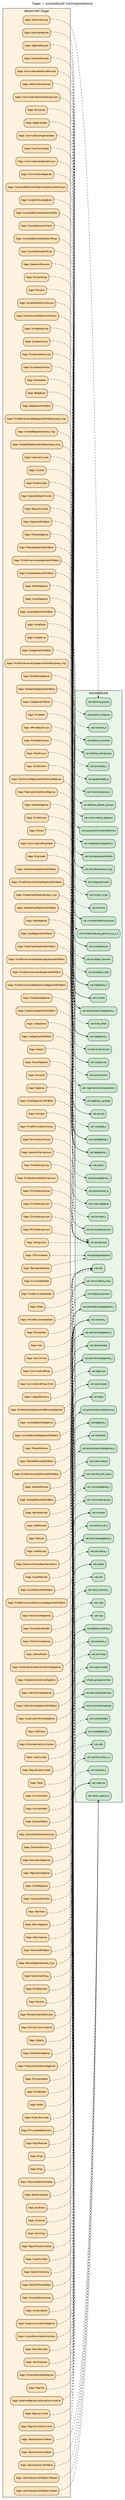
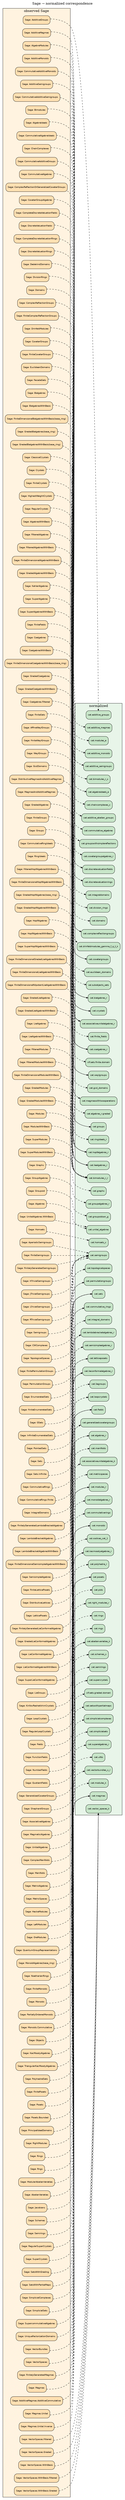
// GENERATED from observed + mapping + normalized ids
digraph SageToNormalized {
  graph [rankdir=LR, labelloc=t, label="Sage → normalized correspondence"];
  node [shape=box, style="rounded,filled", fontname="Helvetica", fontsize=9];
  edge [arrowsize=0.65];

  subgraph cluster_sage {
    label="observed Sage";
    style=filled; fillcolor="#fff3e0";
    "sage.category.additive_groups_additivegroups" [label="Sage: AdditiveGroups", kind="sage_category", fillcolor="#ffe0b2"];
    "sage.category.additive_magmas_additivemagmas" [label="Sage: AdditiveMagmas", kind="sage_category", fillcolor="#ffe0b2"];
    "sage.category.additive_monoids_additivemonoids" [label="Sage: AdditiveMonoids", kind="sage_category", fillcolor="#ffe0b2"];
    "sage.category.additive_semigroups_additivesemigroups" [label="Sage: AdditiveSemigroups", kind="sage_category", fillcolor="#ffe0b2"];
    "sage.category.affine_weyl_groups_affineweylgroups" [label="Sage: AffineWeylGroups", kind="sage_category", fillcolor="#ffe0b2"];
    "sage.category.algebra_ideals_algebraideals" [label="Sage: AlgebraIdeals", kind="sage_category", fillcolor="#ffe0b2"];
    "sage.category.algebra_modules_algebramodules" [label="Sage: AlgebraModules", kind="sage_category", fillcolor="#ffe0b2"];
    "sage.category.algebras_algebras" [label="Sage: Algebras", kind="sage_category", fillcolor="#ffe0b2"];
    "sage.category.algebras_with_basis_algebraswithbasis" [label="Sage: AlgebrasWithBasis", kind="sage_category", fillcolor="#ffe0b2"];
    "sage.category.aperiodic_semigroups_aperiodicsemigroups" [label="Sage: AperiodicSemigroups", kind="sage_category", fillcolor="#ffe0b2"];
    "sage.category.associative_algebras_associativealgebras" [label="Sage: AssociativeAlgebras", kind="sage_category", fillcolor="#ffe0b2"];
    "sage.category.bialgebras_bialgebras" [label="Sage: Bialgebras", kind="sage_category", fillcolor="#ffe0b2"];
    "sage.category.bialgebras_with_basis_bialgebraswithbasis" [label="Sage: BialgebrasWithBasis", kind="sage_category", fillcolor="#ffe0b2"];
    "sage.category.bimodules_bimodules" [label="Sage: Bimodules", kind="sage_category", fillcolor="#ffe0b2"];
    "sage.category.chain_complexes_chaincomplexes" [label="Sage: ChainComplexes", kind="sage_category", fillcolor="#ffe0b2"];
    "sage.category.classical_crystals_classicalcrystals" [label="Sage: ClassicalCrystals", kind="sage_category", fillcolor="#ffe0b2"];
    "sage.category.coalgebras_coalgebras" [label="Sage: Coalgebras", kind="sage_category", fillcolor="#ffe0b2"];
    "sage.category.coalgebras_with_basis_coalgebraswithbasis" [label="Sage: CoalgebrasWithBasis", kind="sage_category", fillcolor="#ffe0b2"];
    "sage.category.commutative_additive_groups_commutativeadditivegroups" [label="Sage: CommutativeAdditiveGroups", kind="sage_category", fillcolor="#ffe0b2"];
    "sage.category.commutative_additive_monoids_commutativeadditivemonoids" [label="Sage: CommutativeAdditiveMonoids", kind="sage_category", fillcolor="#ffe0b2"];
    "sage.category.commutative_additive_semigroups_commutativeadditivesemigroups" [label="Sage: CommutativeAdditiveSemigroups", kind="sage_category", fillcolor="#ffe0b2"];
    "sage.category.commutative_algebra_ideals_commutativealgebraideals" [label="Sage: CommutativeAlgebraIdeals", kind="sage_category", fillcolor="#ffe0b2"];
    "sage.category.commutative_algebras_commutativealgebras" [label="Sage: CommutativeAlgebras", kind="sage_category", fillcolor="#ffe0b2"];
    "sage.category.commutative_ring_ideals_commutativeringideals" [label="Sage: CommutativeRingIdeals", kind="sage_category", fillcolor="#ffe0b2"];
    "sage.category.commutative_rings_commutativerings" [label="Sage: CommutativeRings", kind="sage_category", fillcolor="#ffe0b2"];
    "sage.category.complete_discrete_valuation_completediscretevaluationfields" [label="Sage: CompleteDiscreteValuationFields", kind="sage_category", fillcolor="#ffe0b2"];
    "sage.category.complete_discrete_valuation_completediscretevaluationrings" [label="Sage: CompleteDiscreteValuationRings", kind="sage_category", fillcolor="#ffe0b2"];
    "sage.category.complex_reflection_groups_complexreflectiongroups" [label="Sage: ComplexReflectionGroups", kind="sage_category", fillcolor="#ffe0b2"];
    "sage.category.complex_reflection_or_generalized_coxeter_groups_complexreflectionorgeneralizedcoxetergroups" [label="Sage: ComplexReflectionOrGeneralizedCoxeterGroups", kind="sage_category", fillcolor="#ffe0b2"];
    "sage.category.coxeter_group_algebras_coxetergroupalgebras" [label="Sage: CoxeterGroupAlgebras", kind="sage_category", fillcolor="#ffe0b2"];
    "sage.category.coxeter_groups_coxetergroups" [label="Sage: CoxeterGroups", kind="sage_category", fillcolor="#ffe0b2"];
    "sage.category.crystals_crystals" [label="Sage: Crystals", kind="sage_category", fillcolor="#ffe0b2"];
    "sage.category.cw_complexes_cwcomplexes" [label="Sage: CWComplexes", kind="sage_category", fillcolor="#ffe0b2"];
    "sage.category.dedekind_domains_dedekinddomains" [label="Sage: DedekindDomains", kind="sage_category", fillcolor="#ffe0b2"];
    "sage.category.discrete_valuation_discretevaluationfields" [label="Sage: DiscreteValuationFields", kind="sage_category", fillcolor="#ffe0b2"];
    "sage.category.discrete_valuation_discretevaluationrings" [label="Sage: DiscreteValuationRings", kind="sage_category", fillcolor="#ffe0b2"];
    "sage.category.distributive_magmas_and_additive_magmas_distributivemagmasandadditivemagmas" [label="Sage: DistributiveMagmasAndAdditiveMagmas", kind="sage_category", fillcolor="#ffe0b2"];
    "sage.category.division_rings_divisionrings" [label="Sage: DivisionRings", kind="sage_category", fillcolor="#ffe0b2"];
    "sage.category.domains_domains" [label="Sage: Domains", kind="sage_category", fillcolor="#ffe0b2"];
    "sage.category.drinfeld_modules_drinfeldmodules" [label="Sage: DrinfeldModules", kind="sage_category", fillcolor="#ffe0b2"];
    "sage.category.enumerated_sets_enumeratedsets" [label="Sage: EnumeratedSets", kind="sage_category", fillcolor="#ffe0b2"];
    "sage.category.euclidean_domains_euclideandomains" [label="Sage: EuclideanDomains", kind="sage_category", fillcolor="#ffe0b2"];
    "sage.category.facade_sets_facadesets" [label="Sage: FacadeSets", kind="sage_category", fillcolor="#ffe0b2"];
    "sage.category.fields_fields" [label="Sage: Fields", kind="sage_category", fillcolor="#ffe0b2"];
    "sage.category.filtered_algebras_filteredalgebras" [label="Sage: FilteredAlgebras", kind="sage_category", fillcolor="#ffe0b2"];
    "sage.category.filtered_algebras_with_basis_filteredalgebraswithbasis" [label="Sage: FilteredAlgebrasWithBasis", kind="sage_category", fillcolor="#ffe0b2"];
    "sage.category.filtered_hopf_algebras_with_basis_filteredhopfalgebraswithbasis" [label="Sage: FilteredHopfAlgebrasWithBasis", kind="sage_category", fillcolor="#ffe0b2"];
    "sage.category.filtered_modules_filteredmodules" [label="Sage: FilteredModules", kind="sage_category", fillcolor="#ffe0b2"];
    "sage.category.filtered_modules_with_basis_filteredmoduleswithbasis" [label="Sage: FilteredModulesWithBasis", kind="sage_category", fillcolor="#ffe0b2"];
    "sage.category.finite_complex_reflection_groups_finitecomplexreflectiongroups" [label="Sage: FiniteComplexReflectionGroups", kind="sage_category", fillcolor="#ffe0b2"];
    "sage.category.finite_coxeter_groups_finitecoxetergroups" [label="Sage: FiniteCoxeterGroups", kind="sage_category", fillcolor="#ffe0b2"];
    "sage.category.finite_crystals_finitecrystals" [label="Sage: FiniteCrystals", kind="sage_category", fillcolor="#ffe0b2"];
    "sage.category.finite_dimensional_algebras_with_basis_finitedimensionalalgebraswithbasis" [label="Sage: FiniteDimensionalAlgebrasWithBasis", kind="sage_category", fillcolor="#ffe0b2"];
    "sage.category.finite_dimensional_bialgebras_with_basis_finitedimensionalbialgebraswithbasis" [label="Sage: FiniteDimensionalBialgebrasWithBasis(base_ring)", kind="sage_category", fillcolor="#ffe0b2"];
    "sage.category.finite_dimensional_coalgebras_with_basis_finitedimensionalcoalgebraswithbasis" [label="Sage: FiniteDimensionalCoalgebrasWithBasis(base_ring)", kind="sage_category", fillcolor="#ffe0b2"];
    "sage.category.finite_dimensional_graded_lie_algebras_with_basis_finitedimensionalgradedliealgebraswithbasis" [label="Sage: FiniteDimensionalGradedLieAlgebrasWithBasis", kind="sage_category", fillcolor="#ffe0b2"];
    "sage.category.finite_dimensional_hopf_algebras_with_basis_finitedimensionalhopfalgebraswithbasis" [label="Sage: FiniteDimensionalHopfAlgebrasWithBasis", kind="sage_category", fillcolor="#ffe0b2"];
    "sage.category.finite_dimensional_lie_algebras_with_basis_finitedimensionalliealgebraswithbasis" [label="Sage: FiniteDimensionalLieAlgebrasWithBasis", kind="sage_category", fillcolor="#ffe0b2"];
    "sage.category.finite_dimensional_modules_with_basis_finitedimensionalmoduleswithbasis" [label="Sage: FiniteDimensionalModulesWithBasis", kind="sage_category", fillcolor="#ffe0b2"];
    "sage.category.finite_dimensional_nilpotent_lie_algebras_with_basis_finitedimensionalnilpotentliealgebraswithbasis" [label="Sage: FiniteDimensionalNilpotentLieAlgebrasWithBasis", kind="sage_category", fillcolor="#ffe0b2"];
    "sage.category.finite_dimensional_semisimple_algebras_with_basis_finitedimensionalsemisimplealgebraswithbasis" [label="Sage: FiniteDimensionalSemisimpleAlgebrasWithBasis", kind="sage_category", fillcolor="#ffe0b2"];
    "sage.category.finite_enumerated_sets_finiteenumeratedsets" [label="Sage: FiniteEnumeratedSets", kind="sage_category", fillcolor="#ffe0b2"];
    "sage.category.finite_fields_finitefields" [label="Sage: FiniteFields", kind="sage_category", fillcolor="#ffe0b2"];
    "sage.category.finite_groups_finitegroups" [label="Sage: FiniteGroups", kind="sage_category", fillcolor="#ffe0b2"];
    "sage.category.finite_lattice_posets_finitelatticeposets" [label="Sage: FiniteLatticePosets", kind="sage_category", fillcolor="#ffe0b2"];
    "sage.category.finite_monoids_finitemonoids" [label="Sage: FiniteMonoids", kind="sage_category", fillcolor="#ffe0b2"];
    "sage.category.finite_permutation_groups_finitepermutationgroups" [label="Sage: FinitePermutationGroups", kind="sage_category", fillcolor="#ffe0b2"];
    "sage.category.finite_posets_finiteposets" [label="Sage: FinitePosets", kind="sage_category", fillcolor="#ffe0b2"];
    "sage.category.finite_semigroups_finitesemigroups" [label="Sage: FiniteSemigroups", kind="sage_category", fillcolor="#ffe0b2"];
    "sage.category.finite_sets_finitesets" [label="Sage: FiniteSets", kind="sage_category", fillcolor="#ffe0b2"];
    "sage.category.finite_weyl_groups_finiteweylgroups" [label="Sage: FiniteWeylGroups", kind="sage_category", fillcolor="#ffe0b2"];
    "sage.category.finitely_generated_lambda_bracket_algebras_finitelygeneratedlambdabracketalgebras" [label="Sage: FinitelyGeneratedLambdaBracketAlgebras", kind="sage_category", fillcolor="#ffe0b2"];
    "sage.category.finitely_generated_lie_conformal_algebras_finitelygeneratedlieconformalalgebras" [label="Sage: FinitelyGeneratedLieConformalAlgebras", kind="sage_category", fillcolor="#ffe0b2"];
    "sage.category.finitely_generated_magmas_finitelygeneratedmagmas" [label="Sage: FinitelyGeneratedMagmas", kind="sage_category", fillcolor="#ffe0b2"];
    "sage.category.finitely_generated_semigroups_finitelygeneratedsemigroups" [label="Sage: FinitelyGeneratedSemigroups", kind="sage_category", fillcolor="#ffe0b2"];
    "sage.category.function_fields_functionfields" [label="Sage: FunctionFields", kind="sage_category", fillcolor="#ffe0b2"];
    "sage.category.g_sets_gsets" [label="Sage: GSets", kind="sage_category", fillcolor="#ffe0b2"];
    "sage.category.gcd_domains_gcddomains" [label="Sage: GcdDomains", kind="sage_category", fillcolor="#ffe0b2"];
    "sage.category.generalized_coxeter_groups_generalizedcoxetergroups" [label="Sage: GeneralizedCoxeterGroups", kind="sage_category", fillcolor="#ffe0b2"];
    "sage.category.graded_algebras_gradedalgebras" [label="Sage: GradedAlgebras", kind="sage_category", fillcolor="#ffe0b2"];
    "sage.category.graded_algebras_with_basis_gradedalgebraswithbasis" [label="Sage: GradedAlgebrasWithBasis", kind="sage_category", fillcolor="#ffe0b2"];
    "sage.category.graded_bialgebras_gradedbialgebras" [label="Sage: GradedBialgebras(base_ring)", kind="sage_category", fillcolor="#ffe0b2"];
    "sage.category.graded_bialgebras_with_basis_gradedbialgebraswithbasis" [label="Sage: GradedBialgebrasWithBasis(base_ring)", kind="sage_category", fillcolor="#ffe0b2"];
    "sage.category.graded_coalgebras_gradedcoalgebras" [label="Sage: GradedCoalgebras", kind="sage_category", fillcolor="#ffe0b2"];
    "sage.category.graded_coalgebras_with_basis_gradedcoalgebraswithbasis" [label="Sage: GradedCoalgebrasWithBasis", kind="sage_category", fillcolor="#ffe0b2"];
    "sage.category.graded_hopf_algebras_gradedhopfalgebras" [label="Sage: GradedHopfAlgebras(base_ring)", kind="sage_category", fillcolor="#ffe0b2"];
    "sage.category.graded_hopf_algebras_with_basis_gradedhopfalgebraswithbasis" [label="Sage: GradedHopfAlgebrasWithBasis", kind="sage_category", fillcolor="#ffe0b2"];
    "sage.category.graded_lie_algebras_gradedliealgebras" [label="Sage: GradedLieAlgebras", kind="sage_category", fillcolor="#ffe0b2"];
    "sage.category.graded_lie_algebras_with_basis_gradedliealgebraswithbasis" [label="Sage: GradedLieAlgebrasWithBasis", kind="sage_category", fillcolor="#ffe0b2"];
    "sage.category.graded_lie_conformal_algebras_gradedlieconformalalgebras" [label="Sage: GradedLieConformalAlgebras", kind="sage_category", fillcolor="#ffe0b2"];
    "sage.category.graded_modules_gradedmodules" [label="Sage: GradedModules", kind="sage_category", fillcolor="#ffe0b2"];
    "sage.category.graded_modules_with_basis_gradedmoduleswithbasis" [label="Sage: GradedModulesWithBasis", kind="sage_category", fillcolor="#ffe0b2"];
    "sage.category.graphs_graphs" [label="Sage: Graphs", kind="sage_category", fillcolor="#ffe0b2"];
    "sage.category.group_algebras_groupalgebras" [label="Sage: GroupAlgebras", kind="sage_category", fillcolor="#ffe0b2"];
    "sage.category.groupoid_groupoid" [label="Sage: Groupoid", kind="sage_category", fillcolor="#ffe0b2"];
    "sage.category.groups_groups" [label="Sage: Groups", kind="sage_category", fillcolor="#ffe0b2"];
    "sage.category.h_trivial_semigroups_htrivialsemigroups" [label="Sage: HTrivialSemigroups", kind="sage_category", fillcolor="#ffe0b2"];
    "sage.category.hecke_modules_heckemodules" [label="Sage: HeckeModules", kind="sage_category", fillcolor="#ffe0b2"];
    "sage.category.highest_weight_crystals_highestweightcrystals" [label="Sage: HighestWeightCrystals", kind="sage_category", fillcolor="#ffe0b2"];
    "sage.category.homsets_homsets" [label="Sage: Homsets", kind="sage_category", fillcolor="#ffe0b2"];
    "sage.category.hopf_algebras_hopfalgebras" [label="Sage: HopfAlgebras", kind="sage_category", fillcolor="#ffe0b2"];
    "sage.category.hopf_algebras_with_basis_hopfalgebraswithbasis" [label="Sage: HopfAlgebrasWithBasis", kind="sage_category", fillcolor="#ffe0b2"];
    "sage.category.infinite_enumerated_sets_infiniteenumeratedsets" [label="Sage: InfiniteEnumeratedSets", kind="sage_category", fillcolor="#ffe0b2"];
    "sage.category.integral_domains_integraldomains" [label="Sage: IntegralDomains", kind="sage_category", fillcolor="#ffe0b2"];
    "sage.category.j_trivial_semigroups_jtrivialsemigroups" [label="Sage: JTrivialSemigroups", kind="sage_category", fillcolor="#ffe0b2"];
    "sage.category.kac_moody_algebras_kacmoodyalgebras" [label="Sage: KacMoodyAlgebras", kind="sage_category", fillcolor="#ffe0b2"];
    "sage.category.kahler_algebras_kahleralgebras" [label="Sage: KahlerAlgebras", kind="sage_category", fillcolor="#ffe0b2"];
    "sage.category.l_trivial_semigroups_ltrivialsemigroups" [label="Sage: LTrivialSemigroups", kind="sage_category", fillcolor="#ffe0b2"];
    "sage.category.lambda_bracket_algebras_lambdabracketalgebras" [label="Sage: LambdaBracketAlgebras", kind="sage_category", fillcolor="#ffe0b2"];
    "sage.category.lambda_bracket_algebras_with_basis_lambdabracketalgebraswithbasis" [label="Sage: LambdaBracketAlgebrasWithBasis", kind="sage_category", fillcolor="#ffe0b2"];
    "sage.category.lattice_posets_distributivelattices" [label="Sage: DistributiveLattices", kind="sage_category", fillcolor="#ffe0b2"];
    "sage.category.lattice_posets_latticeposets" [label="Sage: LatticePosets", kind="sage_category", fillcolor="#ffe0b2"];
    "sage.category.left_modules_leftmodules" [label="Sage: LeftModules", kind="sage_category", fillcolor="#ffe0b2"];
    "sage.category.lie_algebras_liealgebras" [label="Sage: LieAlgebras", kind="sage_category", fillcolor="#ffe0b2"];
    "sage.category.lie_algebras_with_basis_liealgebraswithbasis" [label="Sage: LieAlgebrasWithBasis", kind="sage_category", fillcolor="#ffe0b2"];
    "sage.category.lie_conformal_algebras_lieconformalalgebras" [label="Sage: LieConformalAlgebras", kind="sage_category", fillcolor="#ffe0b2"];
    "sage.category.lie_conformal_algebras_with_basis_lieconformalalgebraswithbasis" [label="Sage: LieConformalAlgebrasWithBasis", kind="sage_category", fillcolor="#ffe0b2"];
    "sage.category.lie_groups_liegroups" [label="Sage: LieGroups", kind="sage_category", fillcolor="#ffe0b2"];
    "sage.category.loop_crystals_kirillovreshetikhincrystals" [label="Sage: KirillovReshetikhinCrystals", kind="sage_category", fillcolor="#ffe0b2"];
    "sage.category.loop_crystals_loopcrystals" [label="Sage: LoopCrystals", kind="sage_category", fillcolor="#ffe0b2"];
    "sage.category.loop_crystals_regularloopcrystals" [label="Sage: RegularLoopCrystals", kind="sage_category", fillcolor="#ffe0b2"];
    "sage.category.magmas_and_additive_magmas_magmasandadditivemagmas" [label="Sage: MagmasAndAdditiveMagmas", kind="sage_category", fillcolor="#ffe0b2"];
    "sage.category.magmas_magmas" [label="Sage: Magmas", kind="sage_category", fillcolor="#ffe0b2"];
    "sage.category.magmatic_algebras_magmaticalgebras" [label="Sage: MagmaticAlgebras", kind="sage_category", fillcolor="#ffe0b2"];
    "sage.category.manifolds_complexmanifolds" [label="Sage: ComplexManifolds", kind="sage_category", fillcolor="#ffe0b2"];
    "sage.category.manifolds_manifolds" [label="Sage: Manifolds", kind="sage_category", fillcolor="#ffe0b2"];
    "sage.category.matrix_algebras_matrixalgebras" [label="Sage: MatrixAlgebras", kind="sage_category", fillcolor="#ffe0b2"];
    "sage.category.metric_spaces_metricspaces" [label="Sage: MetricSpaces", kind="sage_category", fillcolor="#ffe0b2"];
    "sage.category.modular_abelian_varieties_modularabelianvarieties" [label="Sage: ModularAbelianVarieties", kind="sage_category", fillcolor="#ffe0b2"];
    "sage.category.modules_modules" [label="Sage: Modules", kind="sage_category", fillcolor="#ffe0b2"];
    "sage.category.modules_with_basis_moduleswithbasis" [label="Sage: ModulesWithBasis", kind="sage_category", fillcolor="#ffe0b2"];
    "sage.category.monoid_algebras_monoidalgebras" [label="Sage: MonoidAlgebras(base_ring)", kind="sage_category", fillcolor="#ffe0b2"];
    "sage.category.monoids_monoids" [label="Sage: Monoids", kind="sage_category", fillcolor="#ffe0b2"];
    "sage.category.noetherian_rings_noetherianrings" [label="Sage: NoetherianRings", kind="sage_category", fillcolor="#ffe0b2"];
    "sage.category.number_fields_numberfields" [label="Sage: NumberFields", kind="sage_category", fillcolor="#ffe0b2"];
    "sage.category.objects_objects" [label="Sage: Objects", kind="sage_category", fillcolor="#ffe0b2"];
    "sage.category.ore_modules_oremodules" [label="Sage: OreModules", kind="sage_category", fillcolor="#ffe0b2"];
    "sage.category.partially_ordered_monoids_partiallyorderedmonoids" [label="Sage: PartiallyOrderedMonoids", kind="sage_category", fillcolor="#ffe0b2"];
    "sage.category.permutation_groups_permutationgroups" [label="Sage: PermutationGroups", kind="sage_category", fillcolor="#ffe0b2"];
    "sage.category.pointed_sets_pointedsets" [label="Sage: PointedSets", kind="sage_category", fillcolor="#ffe0b2"];
    "sage.category.polyhedra_polyhedralsets" [label="Sage: PolyhedralSets", kind="sage_category", fillcolor="#ffe0b2"];
    "sage.category.posets_posets" [label="Sage: Posets", kind="sage_category", fillcolor="#ffe0b2"];
    "sage.category.principal_ideal_domains_principalidealdomains" [label="Sage: PrincipalIdealDomains", kind="sage_category", fillcolor="#ffe0b2"];
    "sage.category.quantum_group_representations_quantumgrouprepresentations" [label="Sage: QuantumGroupRepresentations", kind="sage_category", fillcolor="#ffe0b2"];
    "sage.category.quotient_fields_quotientfields" [label="Sage: QuotientFields", kind="sage_category", fillcolor="#ffe0b2"];
    "sage.category.r_trivial_semigroups_rtrivialsemigroups" [label="Sage: RTrivialSemigroups", kind="sage_category", fillcolor="#ffe0b2"];
    "sage.category.regular_crystals_regularcrystals" [label="Sage: RegularCrystals", kind="sage_category", fillcolor="#ffe0b2"];
    "sage.category.regular_supercrystals_regularsupercrystals" [label="Sage: RegularSuperCrystals", kind="sage_category", fillcolor="#ffe0b2"];
    "sage.category.right_modules_rightmodules" [label="Sage: RightModules", kind="sage_category", fillcolor="#ffe0b2"];
    "sage.category.ring_ideals_ringideals" [label="Sage: RingIdeals", kind="sage_category", fillcolor="#ffe0b2"];
    "sage.category.rings_rings" [label="Sage: Rings", kind="sage_category", fillcolor="#ffe0b2"];
    "sage.category.rngs_rngs" [label="Sage: Rngs", kind="sage_category", fillcolor="#ffe0b2"];
    "sage.category.schemes_abelianvarieties" [label="Sage: AbelianVarieties", kind="sage_category", fillcolor="#ffe0b2"];
    "sage.category.schemes_jacobians" [label="Sage: Jacobians", kind="sage_category", fillcolor="#ffe0b2"];
    "sage.category.schemes_schemes" [label="Sage: Schemes", kind="sage_category", fillcolor="#ffe0b2"];
    "sage.category.semigroups_semigroups" [label="Sage: Semigroups", kind="sage_category", fillcolor="#ffe0b2"];
    "sage.category.semirings_semirings" [label="Sage: Semirings", kind="sage_category", fillcolor="#ffe0b2"];
    "sage.category.semisimple_algebras_semisimplealgebras" [label="Sage: SemisimpleAlgebras", kind="sage_category", fillcolor="#ffe0b2"];
    "sage.category.sets_cat_sets" [label="Sage: Sets", kind="sage_category", fillcolor="#ffe0b2"];
    "sage.category.sets_with_grading_setswithgrading" [label="Sage: SetsWithGrading", kind="sage_category", fillcolor="#ffe0b2"];
    "sage.category.sets_with_partial_maps_setswithpartialmaps" [label="Sage: SetsWithPartialMaps", kind="sage_category", fillcolor="#ffe0b2"];
    "sage.category.shephard_groups_shephardgroups" [label="Sage: ShephardGroups", kind="sage_category", fillcolor="#ffe0b2"];
    "sage.category.simplicial_complexes_simplicialcomplexes" [label="Sage: SimplicialComplexes", kind="sage_category", fillcolor="#ffe0b2"];
    "sage.category.simplicial_sets_simplicialsets" [label="Sage: SimplicialSets", kind="sage_category", fillcolor="#ffe0b2"];
    "sage.category.super_algebras_superalgebras" [label="Sage: SuperAlgebras", kind="sage_category", fillcolor="#ffe0b2"];
    "sage.category.super_algebras_with_basis_superalgebraswithbasis" [label="Sage: SuperAlgebrasWithBasis", kind="sage_category", fillcolor="#ffe0b2"];
    "sage.category.super_hopf_algebras_with_basis_superhopfalgebraswithbasis" [label="Sage: SuperHopfAlgebrasWithBasis", kind="sage_category", fillcolor="#ffe0b2"];
    "sage.category.super_lie_conformal_algebras_superlieconformalalgebras" [label="Sage: SuperLieConformalAlgebras", kind="sage_category", fillcolor="#ffe0b2"];
    "sage.category.super_modules_supermodules" [label="Sage: SuperModules", kind="sage_category", fillcolor="#ffe0b2"];
    "sage.category.super_modules_with_basis_supermoduleswithbasis" [label="Sage: SuperModulesWithBasis", kind="sage_category", fillcolor="#ffe0b2"];
    "sage.category.supercommutative_algebras_supercommutativealgebras" [label="Sage: SupercommutativeAlgebras", kind="sage_category", fillcolor="#ffe0b2"];
    "sage.category.supercrystals_supercrystals" [label="Sage: SuperCrystals", kind="sage_category", fillcolor="#ffe0b2"];
    "sage.category.topological_spaces_topologicalspaces" [label="Sage: TopologicalSpaces", kind="sage_category", fillcolor="#ffe0b2"];
    "sage.category.triangular_kac_moody_algebras_triangularkacmoodyalgebras" [label="Sage: TriangularKacMoodyAlgebras", kind="sage_category", fillcolor="#ffe0b2"];
    "sage.category.unique_factorization_domains_uniquefactorizationdomains" [label="Sage: UniqueFactorizationDomains", kind="sage_category", fillcolor="#ffe0b2"];
    "sage.category.unital_algebras_unitalalgebras" [label="Sage: UnitalAlgebras", kind="sage_category", fillcolor="#ffe0b2"];
    "sage.category.vector_bundles_vectorbundles" [label="Sage: VectorBundles", kind="sage_category", fillcolor="#ffe0b2"];
    "sage.category.vector_spaces_vectorspaces" [label="Sage: VectorSpaces", kind="sage_category", fillcolor="#ffe0b2"];
    "sage.category.weyl_groups_weylgroups" [label="Sage: WeylGroups", kind="sage_category", fillcolor="#ffe0b2"];
    "sage.category.with_axiom.additivemagmas.additivecommutative" [label="Sage: AdditiveMagmas.AdditiveCommutative", kind="sage_category", fillcolor="#ffe0b2"];
    "sage.category.with_axiom.coalgebras.filtered" [label="Sage: Coalgebras.Filtered", kind="sage_category", fillcolor="#ffe0b2"];
    "sage.category.with_axiom.commutativerings.finite" [label="Sage: CommutativeRings.Finite", kind="sage_category", fillcolor="#ffe0b2"];
    "sage.category.with_axiom.magmas.unital" [label="Sage: Magmas.Unital", kind="sage_category", fillcolor="#ffe0b2"];
    "sage.category.with_axiom.magmas.unital.inverse" [label="Sage: Magmas.Unital.Inverse", kind="sage_category", fillcolor="#ffe0b2"];
    "sage.category.with_axiom.monoids.commutative" [label="Sage: Monoids.Commutative", kind="sage_category", fillcolor="#ffe0b2"];
    "sage.category.with_axiom.posets.bounded" [label="Sage: Posets.Bounded", kind="sage_category", fillcolor="#ffe0b2"];
    "sage.category.with_axiom.sets.infinite" [label="Sage: Sets.Infinite", kind="sage_category", fillcolor="#ffe0b2"];
    "sage.category.with_axiom.unitalalgebras.withbasis" [label="Sage: UnitalAlgebras.WithBasis", kind="sage_category", fillcolor="#ffe0b2"];
    "sage.category.with_axiom.vectorspaces.filtered" [label="Sage: VectorSpaces.Filtered", kind="sage_category", fillcolor="#ffe0b2"];
    "sage.category.with_axiom.vectorspaces.graded" [label="Sage: VectorSpaces.Graded", kind="sage_category", fillcolor="#ffe0b2"];
    "sage.category.with_axiom.vectorspaces.withbasis" [label="Sage: VectorSpaces.WithBasis", kind="sage_category", fillcolor="#ffe0b2"];
    "sage.category.with_axiom.vectorspaces.withbasis.filtered" [label="Sage: VectorSpaces.WithBasis.Filtered", kind="sage_category", fillcolor="#ffe0b2"];
    "sage.category.with_axiom.vectorspaces.withbasis.graded" [label="Sage: VectorSpaces.WithBasis.Graded", kind="sage_category", fillcolor="#ffe0b2"];
  }

  subgraph cluster_norm {
    label="normalized";
    style=filled; fillcolor="#e8f5e9";
    "cat.abelianvarieties_k" [label="cat.abelianvarieties_k", kind="normalized", fillcolor="#c8e6c9"];
    "cat.additive_abelian_groups" [label="cat.additive_abelian_groups", kind="normalized", fillcolor="#c8e6c9"];
    "cat.additive_groups" [label="cat.additive_groups", kind="normalized", fillcolor="#c8e6c9"];
    "cat.additive_magmas" [label="cat.additive_magmas", kind="normalized", fillcolor="#c8e6c9"];
    "cat.additive_monoids" [label="cat.additive_monoids", kind="normalized", fillcolor="#c8e6c9"];
    "cat.additive_semigroups" [label="cat.additive_semigroups", kind="normalized", fillcolor="#c8e6c9"];
    "cat.algebraideals_a" [label="cat.algebraideals_a", kind="normalized", fillcolor="#c8e6c9"];
    "cat.algebras_r" [label="cat.algebras_r", kind="normalized", fillcolor="#c8e6c9"];
    "cat.algebras_r.graded" [label="cat.algebras_r.graded", kind="normalized", fillcolor="#c8e6c9"];
    "cat.associativeunitalalgebras_k" [label="cat.associativeunitalalgebras_k", kind="normalized", fillcolor="#c8e6c9"];
    "cat.associativeunitalalgebras_r" [label="cat.associativeunitalalgebras_r", kind="normalized", fillcolor="#c8e6c9"];
    "cat.bialgebras_r" [label="cat.bialgebras_r", kind="normalized", fillcolor="#c8e6c9"];
-     "cat.bimodules_r" [label="cat.bimodules_r", kind="normalized", fillcolor="#c8e6c9"];
+     "cat.bimodules_r_r" [label="cat.bimodules_r_r", kind="normalized", fillcolor="#c8e6c9"];
+     "cat.bimodules_r_s" [label="cat.bimodules_r_s", kind="normalized", fillcolor="#c8e6c9"];
    "cat.chaincomplexes_c" [label="cat.chaincomplexes_c", kind="normalized", fillcolor="#c8e6c9"];
    "cat.coalgebras_r" [label="cat.coalgebras_r", kind="normalized", fillcolor="#c8e6c9"];
    "cat.commutative_algebras" [label="cat.commutative_algebras", kind="normalized", fillcolor="#c8e6c9"];
    "cat.commutative_rings" [label="cat.commutative_rings", kind="normalized", fillcolor="#c8e6c9"];
    "cat.commutativerings" [label="cat.commutativerings", kind="normalized", fillcolor="#c8e6c9"];
    "cat.complexreflectiongroups" [label="cat.complexreflectiongroups", kind="normalized", fillcolor="#c8e6c9"];
    "cat.coxetergroupalgebras_r" [label="cat.coxetergroupalgebras_r", kind="normalized", fillcolor="#c8e6c9"];
    "cat.coxetergroups" [label="cat.coxetergroups", kind="normalized", fillcolor="#c8e6c9"];
    "cat.crystals" [label="cat.crystals", kind="normalized", fillcolor="#c8e6c9"];
    "cat.discretevaluationfields" [label="cat.discretevaluationfields", kind="normalized", fillcolor="#c8e6c9"];
    "cat.discretevaluationrings" [label="cat.discretevaluationrings", kind="normalized", fillcolor="#c8e6c9"];
    "cat.division_rings" [label="cat.division_rings", kind="normalized", fillcolor="#c8e6c9"];
    "cat.domains" [label="cat.domains", kind="normalized", fillcolor="#c8e6c9"];
    "cat.drinfeldmodules_gamma_f_q_t_k" [label="cat.drinfeldmodules_gamma_f_q_t_k", kind="normalized", fillcolor="#c8e6c9"];
    "cat.euclidean_domains" [label="cat.euclidean_domains", kind="normalized", fillcolor="#c8e6c9"];
    "cat.fields" [label="cat.fields", kind="normalized", fillcolor="#c8e6c9"];
    "cat.finite_fields" [label="cat.finite_fields", kind="normalized", fillcolor="#c8e6c9"];
    "cat.gcd_domains" [label="cat.gcd_domains", kind="normalized", fillcolor="#c8e6c9"];
    "cat.generalizedcoxetergroups" [label="cat.generalizedcoxetergroups", kind="normalized", fillcolor="#c8e6c9"];
    "cat.graphs" [label="cat.graphs", kind="normalized", fillcolor="#c8e6c9"];
    "cat.groupalgebras_r" [label="cat.groupalgebras_r", kind="normalized", fillcolor="#c8e6c9"];
    "cat.groupoidson_g" [label="cat.groupoidson_g", kind="normalized", fillcolor="#c8e6c9"];
    "cat.groups" [label="cat.groups", kind="normalized", fillcolor="#c8e6c9"];
    "cat.groupswithsimplereflections" [label="cat.groupswithsimplereflections", kind="normalized", fillcolor="#c8e6c9"];
    "cat.homsets_c" [label="cat.homsets_c", kind="normalized", fillcolor="#c8e6c9"];
    "cat.hopfalgebras_r" [label="cat.hopfalgebras_r", kind="normalized", fillcolor="#c8e6c9"];
    "cat.integral_domains" [label="cat.integral_domains", kind="normalized", fillcolor="#c8e6c9"];
    "cat.integraldomains" [label="cat.integraldomains", kind="normalized", fillcolor="#c8e6c9"];
    "cat.kacmoodyalgebras_r" [label="cat.kacmoodyalgebras_r", kind="normalized", fillcolor="#c8e6c9"];
    "cat.lambdabracketalgebras_r" [label="cat.lambdabracketalgebras_r", kind="normalized", fillcolor="#c8e6c9"];
    "cat.latticeposets" [label="cat.latticeposets", kind="normalized", fillcolor="#c8e6c9"];
    "cat.liealgebras_r" [label="cat.liealgebras_r", kind="normalized", fillcolor="#c8e6c9"];
    "cat.lieconformalalgebras_r" [label="cat.lieconformalalgebras_r", kind="normalized", fillcolor="#c8e6c9"];
    "cat.liegroups" [label="cat.liegroups", kind="normalized", fillcolor="#c8e6c9"];
    "cat.loopcrystals" [label="cat.loopcrystals", kind="normalized", fillcolor="#c8e6c9"];
    "cat.magmas" [label="cat.magmas", kind="normalized", fillcolor="#c8e6c9"];
    "cat.magmaswithtwooperations" [label="cat.magmaswithtwooperations", kind="normalized", fillcolor="#c8e6c9"];
    "cat.manifolds" [label="cat.manifolds", kind="normalized", fillcolor="#c8e6c9"];
    "cat.metricspaces" [label="cat.metricspaces", kind="normalized", fillcolor="#c8e6c9"];
    "cat.modules_a" [label="cat.modules_a", kind="normalized", fillcolor="#c8e6c9"];
    "cat.modules_k" [label="cat.modules_k", kind="normalized", fillcolor="#c8e6c9"];
    "cat.modules_r" [label="cat.modules_r", kind="normalized", fillcolor="#c8e6c9"];
-     "cat.modules_with_basis" [label="cat.modules_with_basis", kind="normalized", fillcolor="#c8e6c9"];
    "cat.monoidalgebras_r" [label="cat.monoidalgebras_r", kind="normalized", fillcolor="#c8e6c9"];
    "cat.monoids" [label="cat.monoids", kind="normalized", fillcolor="#c8e6c9"];
    "cat.permutationgroups" [label="cat.permutationgroups", kind="normalized", fillcolor="#c8e6c9"];
    "cat.pids" [label="cat.pids", kind="normalized", fillcolor="#c8e6c9"];
    "cat.polyhedra_r" [label="cat.polyhedra_r", kind="normalized", fillcolor="#c8e6c9"];
    "cat.posets" [label="cat.posets", kind="normalized", fillcolor="#c8e6c9"];
    "cat.right_modules_r" [label="cat.right_modules_r", kind="normalized", fillcolor="#c8e6c9"];
    "cat.ringideals_r" [label="cat.ringideals_r", kind="normalized", fillcolor="#c8e6c9"];
    "cat.rings" [label="cat.rings", kind="normalized", fillcolor="#c8e6c9"];
    "cat.rngs" [label="cat.rngs", kind="normalized", fillcolor="#c8e6c9"];
    "cat.schemes_s" [label="cat.schemes_s", kind="normalized", fillcolor="#c8e6c9"];
    "cat.semigroups" [label="cat.semigroups", kind="normalized", fillcolor="#c8e6c9"];
    "cat.semirings" [label="cat.semirings", kind="normalized", fillcolor="#c8e6c9"];
    "cat.semisimplealgebras_r" [label="cat.semisimplealgebras_r", kind="normalized", fillcolor="#c8e6c9"];
    "cat.sets" [label="cat.sets", kind="normalized", fillcolor="#c8e6c9"];
    "cat.setswithpartialmaps" [label="cat.setswithpartialmaps", kind="normalized", fillcolor="#c8e6c9"];
    "cat.simplicialcomplexes" [label="cat.simplicialcomplexes", kind="normalized", fillcolor="#c8e6c9"];
    "cat.simplicialsets" [label="cat.simplicialsets", kind="normalized", fillcolor="#c8e6c9"];
    "cat.superalgebras_r" [label="cat.superalgebras_r", kind="normalized", fillcolor="#c8e6c9"];
    "cat.supercrystals" [label="cat.supercrystals", kind="normalized", fillcolor="#c8e6c9"];
    "cat.topologicalspaces" [label="cat.topologicalspaces", kind="normalized", fillcolor="#c8e6c9"];
    "cat.ufds" [label="cat.ufds", kind="normalized", fillcolor="#c8e6c9"];
    "cat.unital_algebras" [label="cat.unital_algebras", kind="normalized", fillcolor="#c8e6c9"];
    "cat.vector_spaces_k" [label="cat.vector_spaces_k", kind="normalized", fillcolor="#c8e6c9"];
    "cat.vectorbundles_x_r" [label="cat.vectorbundles_x_r", kind="normalized", fillcolor="#c8e6c9"];
    "cat.weylgroups" [label="cat.weylgroups", kind="normalized", fillcolor="#c8e6c9"];
    "clf.sets.finite.domain" [label="clf.sets.finite.domain", kind="normalized", fillcolor="#c8e6c9"];
    "clf.sets.graded.domain" [label="clf.sets.graded.domain", kind="normalized", fillcolor="#c8e6c9"];
    "val.coslices_cat_1" [label="val.coslices_cat_1", kind="normalized", fillcolor="#c8e6c9"];
    "val.subobjects_sets" [label="val.subobjects_sets", kind="normalized", fillcolor="#c8e6c9"];
  }

  "sage.category.finite_dimensional_bialgebras_with_basis_finitedimensionalbialgebraswithbasis" -> "cat.bialgebras_r" [kind="normalizes_to", mapping="constructible", style=dashed];
  "sage.category.finite_dimensional_coalgebras_with_basis_finitedimensionalcoalgebraswithbasis" -> "cat.coalgebras_r" [kind="normalizes_to", mapping="constructible", style=dashed];
  "sage.category.graded_bialgebras_gradedbialgebras" -> "cat.bialgebras_r" [kind="normalizes_to", mapping="constructible", style=dashed];
  "sage.category.graded_bialgebras_with_basis_gradedbialgebraswithbasis" -> "cat.bialgebras_r" [kind="normalizes_to", mapping="constructible", style=dashed];
  "sage.category.graded_hopf_algebras_gradedhopfalgebras" -> "cat.hopfalgebras_r" [kind="normalizes_to", mapping="constructible", style=dashed];
  "sage.category.monoid_algebras_monoidalgebras" -> "cat.monoidalgebras_r" [kind="normalizes_to", mapping="exact", style=dashed];
  "sage.category.schemes_abelianvarieties" -> "cat.abelianvarieties_k" [kind="normalizes_to", mapping="constructible", style=dashed];
  "sage.category.additive_groups_additivegroups" -> "cat.additive_groups" [kind="normalizes_to", mapping="exact", style=dashed];
  "sage.category.additive_magmas_additivemagmas" -> "cat.additive_magmas" [kind="normalizes_to", mapping="constructible", style=dashed];
  "sage.category.additive_monoids_additivemonoids" -> "cat.additive_monoids" [kind="normalizes_to", mapping="exact", style=dashed];
  "sage.category.additive_semigroups_additivesemigroups" -> "cat.additive_semigroups" [kind="normalizes_to", mapping="exact", style=dashed];
  "sage.category.affine_weyl_groups_affineweylgroups" -> "cat.weylgroups" [kind="normalizes_to", mapping="constructible", style=dashed];
  "sage.category.algebra_ideals_algebraideals" -> "cat.algebraideals_a" [kind="normalizes_to", mapping="exact", style=dashed];
  "sage.category.algebra_modules_algebramodules" -> "cat.modules_a" [kind="normalizes_to", mapping="presentation_alias", style=dashed];
  "sage.category.algebras_algebras" -> "cat.unital_algebras" [kind="normalizes_to", mapping="constructible", style=dashed];
  "sage.category.algebras_with_basis_algebraswithbasis" -> "cat.associativeunitalalgebras_r" [kind="normalizes_to", mapping="constructible", style=dashed];
  "sage.category.aperiodic_semigroups_aperiodicsemigroups" -> "cat.semigroups" [kind="normalizes_to", mapping="constructible", style=dashed];
  "sage.category.associative_algebras_associativealgebras" -> "cat.algebras_r" [kind="normalizes_to", mapping="constructible", style=dashed];
  "sage.category.bialgebras_bialgebras" -> "cat.bialgebras_r" [kind="normalizes_to", mapping="exact", style=dashed];
  "sage.category.bialgebras_with_basis_bialgebraswithbasis" -> "cat.bialgebras_r" [kind="normalizes_to", mapping="constructible", style=dashed];
-   "sage.category.bimodules_bimodules" -> "cat.bimodules_r" [kind="normalizes_to", mapping="exact", style=dashed];
+   "sage.category.bimodules_bimodules" -> "cat.bimodules_r_s" [kind="normalizes_to", mapping="exact", style=dashed];
  "sage.category.chain_complexes_chaincomplexes" -> "cat.chaincomplexes_c" [kind="normalizes_to", mapping="exact", style=dashed];
  "sage.category.classical_crystals_classicalcrystals" -> "cat.crystals" [kind="normalizes_to", mapping="constructible", style=dashed];
  "sage.category.coalgebras_coalgebras" -> "cat.coalgebras_r" [kind="normalizes_to", mapping="exact", style=dashed];
  "sage.category.coalgebras_with_basis_coalgebraswithbasis" -> "cat.coalgebras_r" [kind="normalizes_to", mapping="constructible", style=dashed];
  "sage.category.commutative_additive_groups_commutativeadditivegroups" -> "cat.additive_abelian_groups" [kind="normalizes_to", mapping="exact", style=dashed];
  "sage.category.commutative_additive_monoids_commutativeadditivemonoids" -> "cat.additive_monoids" [kind="normalizes_to", mapping="constructible", style=dashed];
  "sage.category.commutative_additive_semigroups_commutativeadditivesemigroups" -> "cat.additive_semigroups" [kind="normalizes_to", mapping="constructible", style=dashed];
  "sage.category.commutative_algebra_ideals_commutativealgebraideals" -> "cat.algebraideals_a" [kind="normalizes_to", mapping="presentation_alias", style=dashed];
  "sage.category.commutative_algebras_commutativealgebras" -> "cat.commutative_algebras" [kind="normalizes_to", mapping="constructible", style=dashed];
  "sage.category.commutative_ring_ideals_commutativeringideals" -> "cat.ringideals_r" [kind="normalizes_to", mapping="presentation_alias", style=dashed];
  "sage.category.commutative_rings_commutativerings" -> "cat.commutative_rings" [kind="normalizes_to", mapping="constructible", style=dashed];
  "sage.category.complete_discrete_valuation_completediscretevaluationfields" -> "cat.discretevaluationfields" [kind="normalizes_to", mapping="constructible", style=dashed];
  "sage.category.complete_discrete_valuation_completediscretevaluationrings" -> "cat.discretevaluationrings" [kind="normalizes_to", mapping="constructible", style=dashed];
  "sage.category.complex_reflection_groups_complexreflectiongroups" -> "cat.complexreflectiongroups" [kind="normalizes_to", mapping="constructible", style=dashed];
  "sage.category.complex_reflection_or_generalized_coxeter_groups_complexreflectionorgeneralizedcoxetergroups" -> "cat.groupswithsimplereflections" [kind="normalizes_to", mapping="exact", style=dashed];
  "sage.category.coxeter_group_algebras_coxetergroupalgebras" -> "cat.coxetergroupalgebras_r" [kind="normalizes_to", mapping="exact", style=dashed];
  "sage.category.coxeter_groups_coxetergroups" -> "cat.coxetergroups" [kind="normalizes_to", mapping="constructible", style=dashed];
  "sage.category.crystals_crystals" -> "cat.crystals" [kind="normalizes_to", mapping="exact", style=dashed];
  "sage.category.cw_complexes_cwcomplexes" -> "cat.topologicalspaces" [kind="normalizes_to", mapping="constructible", style=dashed];
  "sage.category.dedekind_domains_dedekinddomains" -> "cat.integraldomains" [kind="normalizes_to", mapping="constructible", style=dashed];
  "sage.category.discrete_valuation_discretevaluationfields" -> "cat.discretevaluationfields" [kind="normalizes_to", mapping="constructible", style=dashed];
  "sage.category.discrete_valuation_discretevaluationrings" -> "cat.discretevaluationrings" [kind="normalizes_to", mapping="constructible", style=dashed];
  "sage.category.distributive_magmas_and_additive_magmas_distributivemagmasandadditivemagmas" -> "cat.magmaswithtwooperations" [kind="normalizes_to", mapping="constructible", style=dashed];
  "sage.category.division_rings_divisionrings" -> "cat.division_rings" [kind="normalizes_to", mapping="constructible", style=dashed];
  "sage.category.domains_domains" -> "cat.domains" [kind="normalizes_to", mapping="constructible", style=dashed];
  "sage.category.drinfeld_modules_drinfeldmodules" -> "cat.drinfeldmodules_gamma_f_q_t_k" [kind="normalizes_to", mapping="exact", style=dashed];
  "sage.category.enumerated_sets_enumeratedsets" -> "cat.sets" [kind="normalizes_to", mapping="constructible", style=dashed];
  "sage.category.euclidean_domains_euclideandomains" -> "cat.euclidean_domains" [kind="normalizes_to", mapping="constructible", style=dashed];
  "sage.category.facade_sets_facadesets" -> "val.subobjects_sets" [kind="normalizes_to", mapping="exact", style=dashed];
  "sage.category.fields_fields" -> "cat.fields" [kind="normalizes_to", mapping="constructible", style=dashed];
  "sage.category.filtered_algebras_filteredalgebras" -> "cat.associativeunitalalgebras_r" [kind="normalizes_to", mapping="constructible", style=dashed];
  "sage.category.filtered_algebras_with_basis_filteredalgebraswithbasis" -> "cat.associativeunitalalgebras_r" [kind="normalizes_to", mapping="constructible", style=dashed];
  "sage.category.filtered_hopf_algebras_with_basis_filteredhopfalgebraswithbasis" -> "cat.hopfalgebras_r" [kind="normalizes_to", mapping="constructible", style=dashed];
-   "sage.category.filtered_modules_filteredmodules" -> "cat.modules_r" [kind="normalizes_to", mapping="constructible", style=dashed];
-   "sage.category.filtered_modules_with_basis_filteredmoduleswithbasis" -> "cat.modules_r" [kind="normalizes_to", mapping="constructible", style=dashed];
+   "sage.category.filtered_modules_filteredmodules" -> "cat.bimodules_r_r" [kind="normalizes_to", mapping="constructible", style=dashed];
+   "sage.category.filtered_modules_with_basis_filteredmoduleswithbasis" -> "cat.bimodules_r_r" [kind="normalizes_to", mapping="constructible", style=dashed];
  "sage.category.finite_complex_reflection_groups_finitecomplexreflectiongroups" -> "cat.complexreflectiongroups" [kind="normalizes_to", mapping="constructible", style=dashed];
  "sage.category.finite_coxeter_groups_finitecoxetergroups" -> "cat.coxetergroups" [kind="normalizes_to", mapping="constructible", style=dashed];
  "sage.category.finite_crystals_finitecrystals" -> "cat.crystals" [kind="normalizes_to", mapping="constructible", style=dashed];
  "sage.category.finite_dimensional_algebras_with_basis_finitedimensionalalgebraswithbasis" -> "cat.associativeunitalalgebras_r" [kind="normalizes_to", mapping="constructible", style=dashed];
  "sage.category.finite_dimensional_graded_lie_algebras_with_basis_finitedimensionalgradedliealgebraswithbasis" -> "cat.liealgebras_r" [kind="normalizes_to", mapping="constructible", style=dashed];
  "sage.category.finite_dimensional_hopf_algebras_with_basis_finitedimensionalhopfalgebraswithbasis" -> "cat.hopfalgebras_r" [kind="normalizes_to", mapping="constructible", style=dashed];
  "sage.category.finite_dimensional_lie_algebras_with_basis_finitedimensionalliealgebraswithbasis" -> "cat.liealgebras_r" [kind="normalizes_to", mapping="constructible", style=dashed];
-   "sage.category.finite_dimensional_modules_with_basis_finitedimensionalmoduleswithbasis" -> "cat.modules_r" [kind="normalizes_to", mapping="constructible", style=dashed];
+   "sage.category.finite_dimensional_modules_with_basis_finitedimensionalmoduleswithbasis" -> "cat.bimodules_r_r" [kind="normalizes_to", mapping="constructible", style=dashed];
  "sage.category.finite_dimensional_nilpotent_lie_algebras_with_basis_finitedimensionalnilpotentliealgebraswithbasis" -> "cat.liealgebras_r" [kind="normalizes_to", mapping="constructible", style=dashed];
  "sage.category.finite_dimensional_semisimple_algebras_with_basis_finitedimensionalsemisimplealgebraswithbasis" -> "cat.semisimplealgebras_r" [kind="normalizes_to", mapping="constructible", style=dashed];
  "sage.category.finite_enumerated_sets_finiteenumeratedsets" -> "cat.sets" [kind="normalizes_to", mapping="constructible", style=dashed];
  "sage.category.finite_fields_finitefields" -> "cat.finite_fields" [kind="normalizes_to", mapping="constructible", style=dashed];
  "sage.category.finite_groups_finitegroups" -> "cat.groups" [kind="normalizes_to", mapping="constructible", style=dashed];
  "sage.category.finite_lattice_posets_finitelatticeposets" -> "cat.latticeposets" [kind="normalizes_to", mapping="constructible", style=dashed];
  "sage.category.finite_monoids_finitemonoids" -> "cat.monoids" [kind="normalizes_to", mapping="constructible", style=dashed];
  "sage.category.finite_permutation_groups_finitepermutationgroups" -> "cat.permutationgroups" [kind="normalizes_to", mapping="constructible", style=dashed];
  "sage.category.finite_posets_finiteposets" -> "cat.posets" [kind="normalizes_to", mapping="constructible", style=dashed];
  "sage.category.finite_semigroups_finitesemigroups" -> "cat.semigroups" [kind="normalizes_to", mapping="constructible", style=dashed];
  "sage.category.finite_sets_finitesets" -> "clf.sets.finite.domain" [kind="normalizes_to", mapping="constructible", style=dashed];
  "sage.category.finite_weyl_groups_finiteweylgroups" -> "cat.weylgroups" [kind="normalizes_to", mapping="constructible", style=dashed];
  "sage.category.finitely_generated_lambda_bracket_algebras_finitelygeneratedlambdabracketalgebras" -> "cat.lambdabracketalgebras_r" [kind="normalizes_to", mapping="constructible", style=dashed];
  "sage.category.finitely_generated_lie_conformal_algebras_finitelygeneratedlieconformalalgebras" -> "cat.lieconformalalgebras_r" [kind="normalizes_to", mapping="constructible", style=dashed];
  "sage.category.finitely_generated_magmas_finitelygeneratedmagmas" -> "cat.magmas" [kind="normalizes_to", mapping="constructible", style=dashed];
  "sage.category.finitely_generated_semigroups_finitelygeneratedsemigroups" -> "cat.semigroups" [kind="normalizes_to", mapping="constructible", style=dashed];
  "sage.category.function_fields_functionfields" -> "cat.fields" [kind="normalizes_to", mapping="constructible", style=dashed];
  "sage.category.g_sets_gsets" -> "cat.sets" [kind="normalizes_to", mapping="constructible", style=dashed];
  "sage.category.gcd_domains_gcddomains" -> "cat.gcd_domains" [kind="normalizes_to", mapping="constructible", style=dashed];
  "sage.category.generalized_coxeter_groups_generalizedcoxetergroups" -> "cat.generalizedcoxetergroups" [kind="normalizes_to", mapping="constructible", style=dashed];
  "sage.category.graded_algebras_gradedalgebras" -> "cat.algebras_r.graded" [kind="normalizes_to", mapping="constructible", style=dashed];
  "sage.category.graded_algebras_with_basis_gradedalgebraswithbasis" -> "cat.associativeunitalalgebras_r" [kind="normalizes_to", mapping="constructible", style=dashed];
  "sage.category.graded_coalgebras_gradedcoalgebras" -> "cat.coalgebras_r" [kind="normalizes_to", mapping="constructible", style=dashed];
  "sage.category.graded_coalgebras_with_basis_gradedcoalgebraswithbasis" -> "cat.coalgebras_r" [kind="normalizes_to", mapping="constructible", style=dashed];
  "sage.category.graded_hopf_algebras_with_basis_gradedhopfalgebraswithbasis" -> "cat.hopfalgebras_r" [kind="normalizes_to", mapping="constructible", style=dashed];
  "sage.category.graded_lie_algebras_gradedliealgebras" -> "cat.liealgebras_r" [kind="normalizes_to", mapping="constructible", style=dashed];
  "sage.category.graded_lie_algebras_with_basis_gradedliealgebraswithbasis" -> "cat.liealgebras_r" [kind="normalizes_to", mapping="constructible", style=dashed];
  "sage.category.graded_lie_conformal_algebras_gradedlieconformalalgebras" -> "cat.lieconformalalgebras_r" [kind="normalizes_to", mapping="constructible", style=dashed];
-   "sage.category.graded_modules_gradedmodules" -> "cat.modules_r" [kind="normalizes_to", mapping="constructible", style=dashed];
-   "sage.category.graded_modules_with_basis_gradedmoduleswithbasis" -> "cat.modules_r" [kind="normalizes_to", mapping="constructible", style=dashed];
+   "sage.category.graded_modules_gradedmodules" -> "cat.bimodules_r_r" [kind="normalizes_to", mapping="constructible", style=dashed];
+   "sage.category.graded_modules_with_basis_gradedmoduleswithbasis" -> "cat.bimodules_r_r" [kind="normalizes_to", mapping="constructible", style=dashed];
  "sage.category.graphs_graphs" -> "cat.graphs" [kind="normalizes_to", mapping="exact", style=dashed];
  "sage.category.group_algebras_groupalgebras" -> "cat.groupalgebras_r" [kind="normalizes_to", mapping="exact", style=dashed];
  "sage.category.groupoid_groupoid" -> "cat.groupoidson_g" [kind="normalizes_to", mapping="exact", style=dashed];
  "sage.category.groups_groups" -> "cat.groups" [kind="normalizes_to", mapping="exact", style=dashed];
  "sage.category.h_trivial_semigroups_htrivialsemigroups" -> "cat.semigroups" [kind="normalizes_to", mapping="constructible", style=dashed];
  "sage.category.hecke_modules_heckemodules" -> "cat.modules_r" [kind="normalizes_to", mapping="constructible", style=dashed];
  "sage.category.highest_weight_crystals_highestweightcrystals" -> "cat.crystals" [kind="normalizes_to", mapping="constructible", style=dashed];
  "sage.category.homsets_homsets" -> "cat.homsets_c" [kind="normalizes_to", mapping="exact", style=dashed];
  "sage.category.hopf_algebras_hopfalgebras" -> "cat.hopfalgebras_r" [kind="normalizes_to", mapping="exact", style=dashed];
  "sage.category.hopf_algebras_with_basis_hopfalgebraswithbasis" -> "cat.hopfalgebras_r" [kind="normalizes_to", mapping="constructible", style=dashed];
  "sage.category.infinite_enumerated_sets_infiniteenumeratedsets" -> "cat.sets" [kind="normalizes_to", mapping="constructible", style=dashed];
  "sage.category.integral_domains_integraldomains" -> "cat.integral_domains" [kind="normalizes_to", mapping="constructible", style=dashed];
  "sage.category.j_trivial_semigroups_jtrivialsemigroups" -> "cat.semigroups" [kind="normalizes_to", mapping="constructible", style=dashed];
  "sage.category.kac_moody_algebras_kacmoodyalgebras" -> "cat.kacmoodyalgebras_r" [kind="normalizes_to", mapping="exact", style=dashed];
  "sage.category.kahler_algebras_kahleralgebras" -> "cat.associativeunitalalgebras_r" [kind="normalizes_to", mapping="constructible", style=dashed];
  "sage.category.l_trivial_semigroups_ltrivialsemigroups" -> "cat.semigroups" [kind="normalizes_to", mapping="constructible", style=dashed];
  "sage.category.lambda_bracket_algebras_lambdabracketalgebras" -> "cat.lambdabracketalgebras_r" [kind="normalizes_to", mapping="exact", style=dashed];
  "sage.category.lambda_bracket_algebras_with_basis_lambdabracketalgebraswithbasis" -> "cat.lambdabracketalgebras_r" [kind="normalizes_to", mapping="constructible", style=dashed];
  "sage.category.lattice_posets_distributivelattices" -> "cat.latticeposets" [kind="normalizes_to", mapping="constructible", style=dashed];
  "sage.category.lattice_posets_latticeposets" -> "cat.latticeposets" [kind="normalizes_to", mapping="constructible", style=dashed];
  "sage.category.left_modules_leftmodules" -> "cat.modules_r" [kind="normalizes_to", mapping="presentation_alias", style=dashed];
  "sage.category.lie_algebras_liealgebras" -> "cat.liealgebras_r" [kind="normalizes_to", mapping="exact", style=dashed];
  "sage.category.lie_algebras_with_basis_liealgebraswithbasis" -> "cat.liealgebras_r" [kind="normalizes_to", mapping="constructible", style=dashed];
  "sage.category.lie_conformal_algebras_lieconformalalgebras" -> "cat.lieconformalalgebras_r" [kind="normalizes_to", mapping="exact", style=dashed];
  "sage.category.lie_conformal_algebras_with_basis_lieconformalalgebraswithbasis" -> "cat.lieconformalalgebras_r" [kind="normalizes_to", mapping="constructible", style=dashed];
  "sage.category.lie_groups_liegroups" -> "cat.liegroups" [kind="normalizes_to", mapping="exact", style=dashed];
  "sage.category.loop_crystals_kirillovreshetikhincrystals" -> "cat.loopcrystals" [kind="normalizes_to", mapping="constructible", style=dashed];
  "sage.category.loop_crystals_loopcrystals" -> "cat.loopcrystals" [kind="normalizes_to", mapping="exact", style=dashed];
  "sage.category.loop_crystals_regularloopcrystals" -> "cat.loopcrystals" [kind="normalizes_to", mapping="constructible", style=dashed];
  "sage.category.magmas_magmas" -> "cat.magmas" [kind="normalizes_to", mapping="exact", style=dashed];
  "sage.category.magmas_and_additive_magmas_magmasandadditivemagmas" -> "cat.magmaswithtwooperations" [kind="normalizes_to", mapping="exact", style=dashed];
  "sage.category.magmatic_algebras_magmaticalgebras" -> "cat.algebras_r" [kind="normalizes_to", mapping="exact", style=dashed];
  "sage.category.manifolds_complexmanifolds" -> "cat.manifolds" [kind="normalizes_to", mapping="constructible", style=dashed];
  "sage.category.manifolds_manifolds" -> "cat.manifolds" [kind="normalizes_to", mapping="exact", style=dashed];
  "sage.category.matrix_algebras_matrixalgebras" -> "cat.associativeunitalalgebras_k" [kind="normalizes_to", mapping="constructible", style=dashed];
  "sage.category.metric_spaces_metricspaces" -> "cat.metricspaces" [kind="normalizes_to", mapping="constructible", style=dashed];
  "sage.category.modular_abelian_varieties_modularabelianvarieties" -> "cat.abelianvarieties_k" [kind="normalizes_to", mapping="constructible", style=dashed];
-   "sage.category.modules_modules" -> "cat.modules_r" [kind="normalizes_to", mapping="exact", style=dashed];
-   "sage.category.modules_with_basis_moduleswithbasis" -> "cat.modules_with_basis" [kind="normalizes_to", mapping="constructible", style=dashed];
+   "sage.category.modules_modules" -> "cat.bimodules_r_r" [kind="normalizes_to", mapping="exact", style=dashed];
+   "sage.category.modules_with_basis_moduleswithbasis" -> "cat.bimodules_r_r" [kind="normalizes_to", mapping="constructible", style=dashed];
  "sage.category.monoids_monoids" -> "cat.monoids" [kind="normalizes_to", mapping="exact", style=dashed];
  "sage.category.noetherian_rings_noetherianrings" -> "cat.commutativerings" [kind="normalizes_to", mapping="constructible", style=dashed];
  "sage.category.number_fields_numberfields" -> "cat.fields" [kind="normalizes_to", mapping="constructible", style=dashed];
  "sage.category.objects_objects" -> "val.coslices_cat_1" [kind="normalizes_to", mapping="exact", style=dashed];
  "sage.category.ore_modules_oremodules" -> "cat.modules_r" [kind="normalizes_to", mapping="constructible", style=dashed];
  "sage.category.partially_ordered_monoids_partiallyorderedmonoids" -> "cat.monoids" [kind="normalizes_to", mapping="constructible", style=dashed];
  "sage.category.permutation_groups_permutationgroups" -> "cat.permutationgroups" [kind="normalizes_to", mapping="constructible", style=dashed];
  "sage.category.pointed_sets_pointedsets" -> "cat.sets" [kind="normalizes_to", mapping="constructible", style=dashed];
  "sage.category.polyhedra_polyhedralsets" -> "cat.polyhedra_r" [kind="normalizes_to", mapping="exact", style=dashed];
  "sage.category.posets_posets" -> "cat.posets" [kind="normalizes_to", mapping="exact", style=dashed];
  "sage.category.principal_ideal_domains_principalidealdomains" -> "cat.pids" [kind="normalizes_to", mapping="constructible", style=dashed];
  "sage.category.quantum_group_representations_quantumgrouprepresentations" -> "cat.modules_r" [kind="normalizes_to", mapping="constructible", style=dashed];
  "sage.category.quotient_fields_quotientfields" -> "cat.fields" [kind="normalizes_to", mapping="constructible", style=dashed];
  "sage.category.r_trivial_semigroups_rtrivialsemigroups" -> "cat.semigroups" [kind="normalizes_to", mapping="constructible", style=dashed];
  "sage.category.regular_crystals_regularcrystals" -> "cat.crystals" [kind="normalizes_to", mapping="constructible", style=dashed];
  "sage.category.regular_supercrystals_regularsupercrystals" -> "cat.supercrystals" [kind="normalizes_to", mapping="constructible", style=dashed];
  "sage.category.right_modules_rightmodules" -> "cat.right_modules_r" [kind="normalizes_to", mapping="exact", style=dashed];
  "sage.category.ring_ideals_ringideals" -> "cat.ringideals_r" [kind="normalizes_to", mapping="exact", style=dashed];
  "sage.category.rings_rings" -> "cat.rings" [kind="normalizes_to", mapping="exact", style=dashed];
  "sage.category.rngs_rngs" -> "cat.rngs" [kind="normalizes_to", mapping="exact", style=dashed];
  "sage.category.schemes_jacobians" -> "cat.abelianvarieties_k" [kind="normalizes_to", mapping="constructible", style=dashed];
  "sage.category.schemes_schemes" -> "cat.schemes_s" [kind="normalizes_to", mapping="exact", style=dashed];
  "sage.category.semigroups_semigroups" -> "cat.semigroups" [kind="normalizes_to", mapping="exact", style=dashed];
  "sage.category.semirings_semirings" -> "cat.semirings" [kind="normalizes_to", mapping="exact", style=dashed];
  "sage.category.semisimple_algebras_semisimplealgebras" -> "cat.semisimplealgebras_r" [kind="normalizes_to", mapping="constructible", style=dashed];
  "sage.category.sets_cat_sets" -> "cat.sets" [kind="normalizes_to", mapping="exact", style=dashed];
  "sage.category.sets_with_grading_setswithgrading" -> "clf.sets.graded.domain" [kind="normalizes_to", mapping="constructible", style=dashed];
  "sage.category.sets_with_partial_maps_setswithpartialmaps" -> "cat.setswithpartialmaps" [kind="normalizes_to", mapping="exact", style=dashed];
  "sage.category.shephard_groups_shephardgroups" -> "cat.generalizedcoxetergroups" [kind="normalizes_to", mapping="constructible", style=dashed];
  "sage.category.simplicial_complexes_simplicialcomplexes" -> "cat.simplicialcomplexes" [kind="normalizes_to", mapping="exact", style=dashed];
  "sage.category.simplicial_sets_simplicialsets" -> "cat.simplicialsets" [kind="normalizes_to", mapping="exact", style=dashed];
  "sage.category.super_algebras_superalgebras" -> "cat.associativeunitalalgebras_r" [kind="normalizes_to", mapping="constructible", style=dashed];
  "sage.category.super_algebras_with_basis_superalgebraswithbasis" -> "cat.associativeunitalalgebras_r" [kind="normalizes_to", mapping="constructible", style=dashed];
  "sage.category.super_hopf_algebras_with_basis_superhopfalgebraswithbasis" -> "cat.hopfalgebras_r" [kind="normalizes_to", mapping="constructible", style=dashed];
  "sage.category.super_lie_conformal_algebras_superlieconformalalgebras" -> "cat.lieconformalalgebras_r" [kind="normalizes_to", mapping="constructible", style=dashed];
-   "sage.category.super_modules_supermodules" -> "cat.modules_r" [kind="normalizes_to", mapping="constructible", style=dashed];
-   "sage.category.super_modules_with_basis_supermoduleswithbasis" -> "cat.modules_r" [kind="normalizes_to", mapping="constructible", style=dashed];
+   "sage.category.super_modules_supermodules" -> "cat.bimodules_r_r" [kind="normalizes_to", mapping="constructible", style=dashed];
+   "sage.category.super_modules_with_basis_supermoduleswithbasis" -> "cat.bimodules_r_r" [kind="normalizes_to", mapping="constructible", style=dashed];
  "sage.category.supercommutative_algebras_supercommutativealgebras" -> "cat.superalgebras_r" [kind="normalizes_to", mapping="constructible", style=dashed];
  "sage.category.supercrystals_supercrystals" -> "cat.supercrystals" [kind="normalizes_to", mapping="constructible", style=dashed];
  "sage.category.topological_spaces_topologicalspaces" -> "cat.topologicalspaces" [kind="normalizes_to", mapping="exact", style=dashed];
  "sage.category.triangular_kac_moody_algebras_triangularkacmoodyalgebras" -> "cat.kacmoodyalgebras_r" [kind="normalizes_to", mapping="constructible", style=dashed];
  "sage.category.unique_factorization_domains_uniquefactorizationdomains" -> "cat.ufds" [kind="normalizes_to", mapping="constructible", style=dashed];
  "sage.category.unital_algebras_unitalalgebras" -> "cat.algebras_r" [kind="normalizes_to", mapping="constructible", style=dashed];
  "sage.category.vector_bundles_vectorbundles" -> "cat.vectorbundles_x_r" [kind="normalizes_to", mapping="exact", style=dashed];
  "sage.category.vector_spaces_vectorspaces" -> "cat.modules_k" [kind="normalizes_to", mapping="exact", style=dashed];
  "sage.category.weyl_groups_weylgroups" -> "cat.weylgroups" [kind="normalizes_to", mapping="constructible", style=dashed];
  "sage.category.with_axiom.vectorspaces.withbasis" -> "cat.vector_spaces_k" [kind="normalizes_to", mapping="constructible", style=dashed];
  "sage.category.with_axiom.unitalalgebras.withbasis" -> "cat.unital_algebras" [kind="normalizes_to", mapping="constructible", style=dashed];
  "sage.category.with_axiom.additivemagmas.additivecommutative" -> "cat.magmas" [kind="normalizes_to", mapping="constructible", style=dashed];
  "sage.category.with_axiom.monoids.commutative" -> "cat.monoids" [kind="normalizes_to", mapping="constructible", style=dashed];
  "sage.category.with_axiom.commutativerings.finite" -> "cat.commutative_rings" [kind="normalizes_to", mapping="constructible", style=dashed];
  "sage.category.with_axiom.posets.bounded" -> "cat.posets" [kind="normalizes_to", mapping="constructible", style=dashed];
  "sage.category.with_axiom.vectorspaces.graded" -> "cat.vector_spaces_k" [kind="normalizes_to", mapping="constructible", style=dashed];
  "sage.category.with_axiom.vectorspaces.withbasis.graded" -> "cat.vector_spaces_k" [kind="normalizes_to", mapping="constructible", style=dashed];
  "sage.category.with_axiom.coalgebras.filtered" -> "cat.coalgebras_r" [kind="normalizes_to", mapping="constructible", style=dashed];
  "sage.category.with_axiom.vectorspaces.filtered" -> "cat.vector_spaces_k" [kind="normalizes_to", mapping="constructible", style=dashed];
  "sage.category.with_axiom.vectorspaces.withbasis.filtered" -> "cat.vector_spaces_k" [kind="normalizes_to", mapping="constructible", style=dashed];
  "sage.category.with_axiom.magmas.unital.inverse" -> "cat.magmas" [kind="normalizes_to", mapping="constructible", style=dashed];
  "sage.category.with_axiom.sets.infinite" -> "cat.sets" [kind="normalizes_to", mapping="constructible", style=dashed];
  "sage.category.with_axiom.magmas.unital" -> "cat.magmas" [kind="normalizes_to", mapping="constructible", style=dashed];
}
